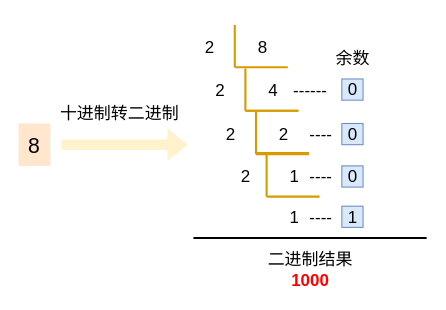
Above: 操作系统/浮点/十进制转二进制.drawio in xiaolincoder/ImageHost3 (draw.io), before the change. Source tidied: cells renumbered, new cells numbered last; positions are measured from the earlier drawing's top-left corner, leaving out a move shared by most shapes. Both pictures are drawn from the tidied source at 106%, with x=0, y=0 at pixel (18, 24).
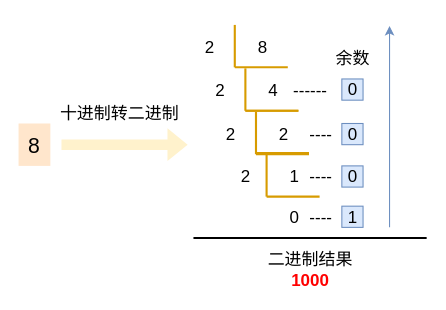
Above is the later version.

Commit message:
更新十进制转二进制.drawio

The edit, as a diff of the source:
```diff
@@
-    <mxCell id="26" value="1" style="text;html=1;align=center;verticalAlign=middle;fontSize=16;" parent="1" vertex="1">
+    <mxCell id="26" value="0" style="text;html=1;align=center;verticalAlign=middle;fontSize=16;" parent="1" vertex="1">
       <mxGeometry x="250" y="171" width="20" height="20" as="geometry" />
     </mxCell>
@@
+    <mxCell id="36" style="endArrow=classic;html=1;fillColor=#dae8fc;strokeColor=#6c8ebf;" parent="1" edge="1">
+      <mxGeometry relative="1" as="geometry">
+        <mxPoint x="350" y="191" as="sourcePoint" />
+        <mxPoint x="350" y="1" as="targetPoint" />
+      </mxGeometry>
+    </mxCell>
```
